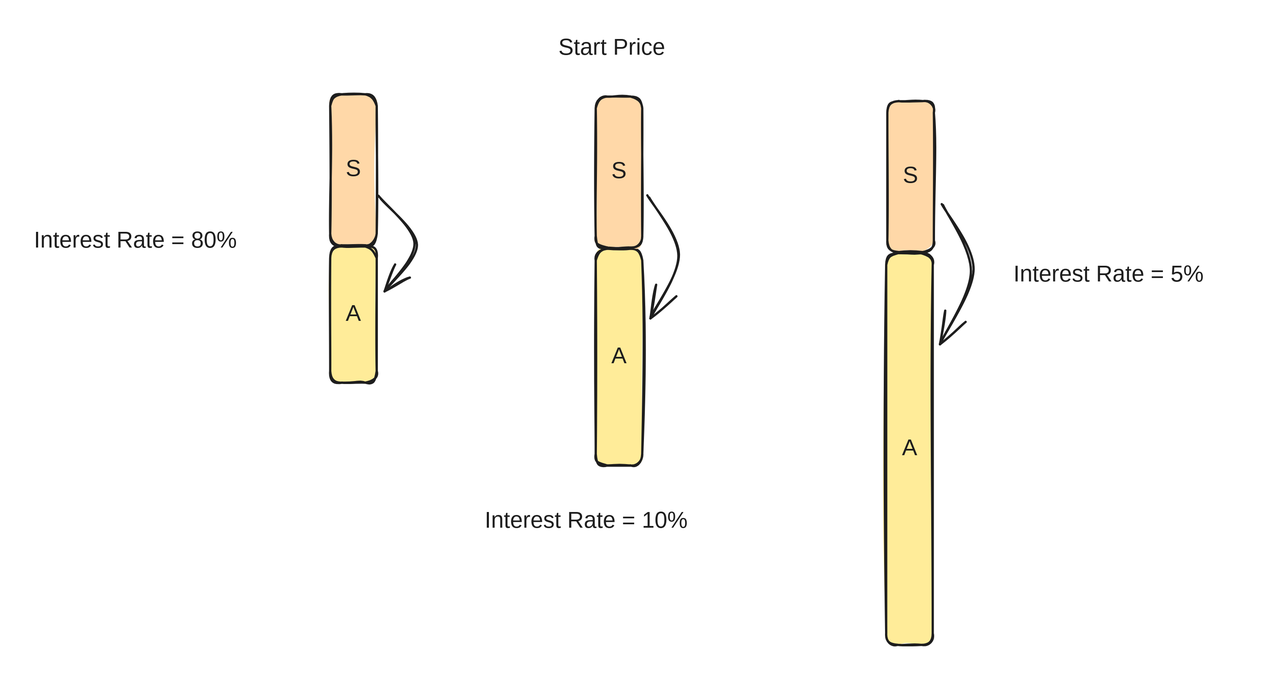
Before: .gitbook/assets/file.excalidraw (17).svg, a diagram exported from Excalidraw (decaswap-labs/docs). Source tidied: one line per element, renumbered; positions are measured from the earlier drawing's top-left corner, leaving out a move shared by most shapes. The source it was exported from:
```json
{"id": 0, "type": "rectangle", "strokeColor": "#1e1e1e", "backgroundColor": "#ffec99", "fillStyle": "solid", "strokeWidth": 2, "roughness": 1, "round": true, "x": 495, "y": 189, "width": 41, "height": 191}
{"id": 1, "type": "text", "text": "A", "strokeColor": "#1e1e1e", "backgroundColor": "#ffec99", "fillStyle": "solid", "strokeWidth": 2, "roughness": 1, "fontSize": 20, "fontFamily": 1, "textAlign": "center", "verticalAlign": "middle", "inside": 0, "x": 509, "y": 272, "width": 13, "height": 25}
{"id": 2, "type": "rectangle", "strokeColor": "#1e1e1e", "backgroundColor": "#ffd8a8", "fillStyle": "solid", "strokeWidth": 2, "roughness": 1, "round": true, "x": 495, "y": 55, "width": 41, "height": 133}
{"id": 3, "type": "text", "text": "S", "strokeColor": "#1e1e1e", "backgroundColor": "#ffec99", "fillStyle": "solid", "strokeWidth": 2, "roughness": 1, "fontSize": 20, "fontFamily": 1, "textAlign": "center", "verticalAlign": "middle", "inside": 2, "x": 509, "y": 109, "width": 12, "height": 25}
{"id": 4, "type": "text", "text": "Start Price", "strokeColor": "#1e1e1e", "backgroundColor": "#e9ecef", "fillStyle": "solid", "strokeWidth": 2, "roughness": 1, "fontSize": 20, "fontFamily": 1, "x": 462, "y": 0, "width": 114, "height": 25}
{"id": 5, "type": "rectangle", "strokeColor": "#1e1e1e", "backgroundColor": "#ffec99", "fillStyle": "solid", "strokeWidth": 2, "roughness": 1, "round": true, "x": 751, "y": 193, "width": 41, "height": 345}
{"id": 6, "type": "text", "text": "A", "strokeColor": "#1e1e1e", "backgroundColor": "#ffec99", "fillStyle": "solid", "strokeWidth": 2, "roughness": 1, "fontSize": 20, "fontFamily": 1, "textAlign": "center", "verticalAlign": "middle", "inside": 5, "x": 765, "y": 353, "width": 13, "height": 25}
{"id": 7, "type": "rectangle", "strokeColor": "#1e1e1e", "backgroundColor": "#ffd8a8", "fillStyle": "solid", "strokeWidth": 2, "roughness": 1, "round": true, "x": 752, "y": 59, "width": 41, "height": 133}
{"id": 8, "type": "text", "text": "S", "strokeColor": "#1e1e1e", "backgroundColor": "#ffec99", "fillStyle": "solid", "strokeWidth": 2, "roughness": 1, "fontSize": 20, "fontFamily": 1, "textAlign": "center", "verticalAlign": "middle", "inside": 7, "x": 766, "y": 113, "width": 12, "height": 25}
{"id": 9, "type": "rectangle", "strokeColor": "#1e1e1e", "backgroundColor": "#ffec99", "fillStyle": "solid", "strokeWidth": 2, "roughness": 1, "round": true, "x": 261, "y": 187, "width": 41, "height": 120}
{"id": 10, "type": "text", "text": "A", "strokeColor": "#1e1e1e", "backgroundColor": "#ffec99", "fillStyle": "solid", "strokeWidth": 2, "roughness": 1, "fontSize": 20, "fontFamily": 1, "textAlign": "center", "verticalAlign": "middle", "inside": 9, "x": 275, "y": 234, "width": 13, "height": 25}
{"id": 11, "type": "rectangle", "strokeColor": "#1e1e1e", "backgroundColor": "#ffd8a8", "fillStyle": "solid", "strokeWidth": 2, "roughness": 1, "round": true, "x": 261, "y": 53, "width": 41, "height": 133}
{"id": 12, "type": "text", "text": "S", "strokeColor": "#1e1e1e", "backgroundColor": "#ffec99", "fillStyle": "solid", "strokeWidth": 2, "roughness": 1, "fontSize": 20, "fontFamily": 1, "textAlign": "center", "verticalAlign": "middle", "inside": 11, "x": 275, "y": 107, "width": 12, "height": 25}
{"id": 13, "type": "text", "text": "Interest Rate = 80%", "strokeColor": "#1e1e1e", "backgroundColor": "#e9ecef", "fillStyle": "solid", "strokeWidth": 2, "roughness": 1, "fontSize": 20, "fontFamily": 1, "x": 0, "y": 170, "width": 224, "height": 25}
{"id": 14, "type": "arrow", "strokeColor": "#1e1e1e", "strokeWidth": 2, "roughness": 1, "endArrowhead": "arrow", "round": true, "from": 11, "to": 9, "x": 304, "y": 143, "width": 32, "height": 84, "points": [[0, 0], [32, 41], [5, 84]]}
{"id": 15, "type": "arrow", "strokeColor": "#1e1e1e", "strokeWidth": 2, "roughness": 1, "endArrowhead": "arrow", "round": true, "from": 2, "to": 0, "x": 541, "y": 143, "width": 26, "height": 106, "points": [[0, 0], [26, 51], [1, 106]]}
{"id": 16, "type": "arrow", "strokeColor": "#1e1e1e", "strokeWidth": 2, "roughness": 1, "endArrowhead": "arrow", "round": true, "from": 7, "to": 5, "x": 800, "y": 150, "width": 28, "height": 123, "points": [[0, 0], [26, 59], [-2, 123]]}
{"id": 17, "type": "text", "text": "Interest Rate = 10%", "strokeColor": "#1e1e1e", "backgroundColor": "#e9ecef", "fillStyle": "solid", "strokeWidth": 2, "roughness": 1, "fontSize": 20, "fontFamily": 1, "x": 397, "y": 417, "width": 214, "height": 25}
{"id": 18, "type": "text", "text": "Interest Rate = 5%", "strokeColor": "#1e1e1e", "backgroundColor": "#e9ecef", "fillStyle": "solid", "strokeWidth": 2, "roughness": 1, "fontSize": 20, "fontFamily": 1, "x": 863, "y": 200, "width": 207, "height": 25}
```
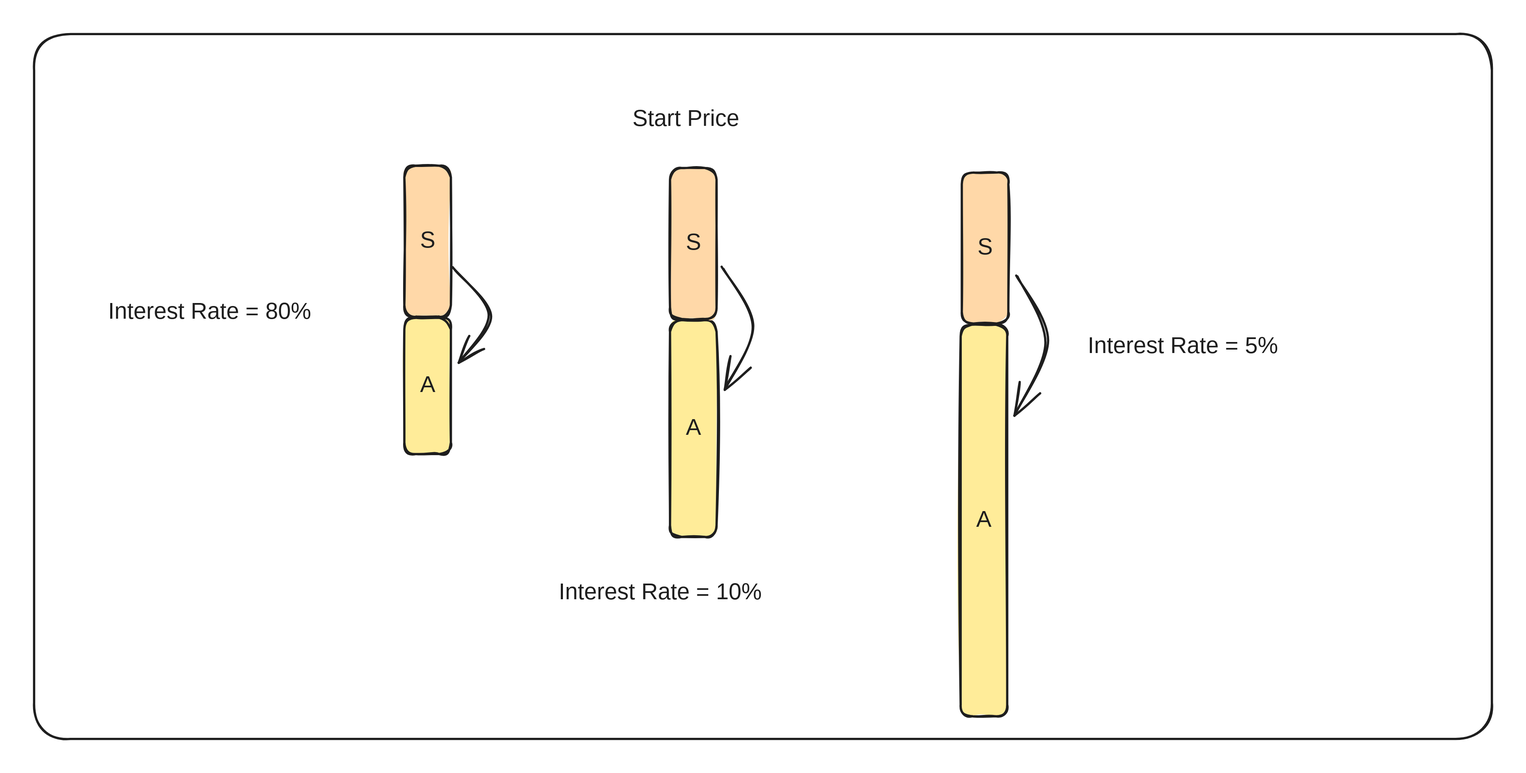
The same diagram one commit later.

Change to the diagram source:
```diff
@@ -17,3 +17,4 @@
 {"id": 16, "type": "arrow", "strokeColor": "#1e1e1e", "strokeWidth": 2, "roughness": 1, "endArrowhead": "arrow", "round": true, "from": 7, "to": 5, "x": 800, "y": 150, "width": 28, "height": 123, "points": [[0, 0], [26, 59], [-2, 123]]}
 {"id": 17, "type": "text", "text": "Interest Rate = 10%", "strokeColor": "#1e1e1e", "backgroundColor": "#e9ecef", "fillStyle": "solid", "strokeWidth": 2, "roughness": 1, "fontSize": 20, "fontFamily": 1, "x": 397, "y": 417, "width": 214, "height": 25}
 {"id": 18, "type": "text", "text": "Interest Rate = 5%", "strokeColor": "#1e1e1e", "backgroundColor": "#e9ecef", "fillStyle": "solid", "strokeWidth": 2, "roughness": 1, "fontSize": 20, "fontFamily": 1, "x": 863, "y": 200, "width": 207, "height": 25}
+{"id": 19, "type": "rectangle", "strokeColor": "#1e1e1e", "strokeWidth": 2, "roughness": 1, "round": true, "x": -65, "y": -63, "width": 1284, "height": 621}
```
